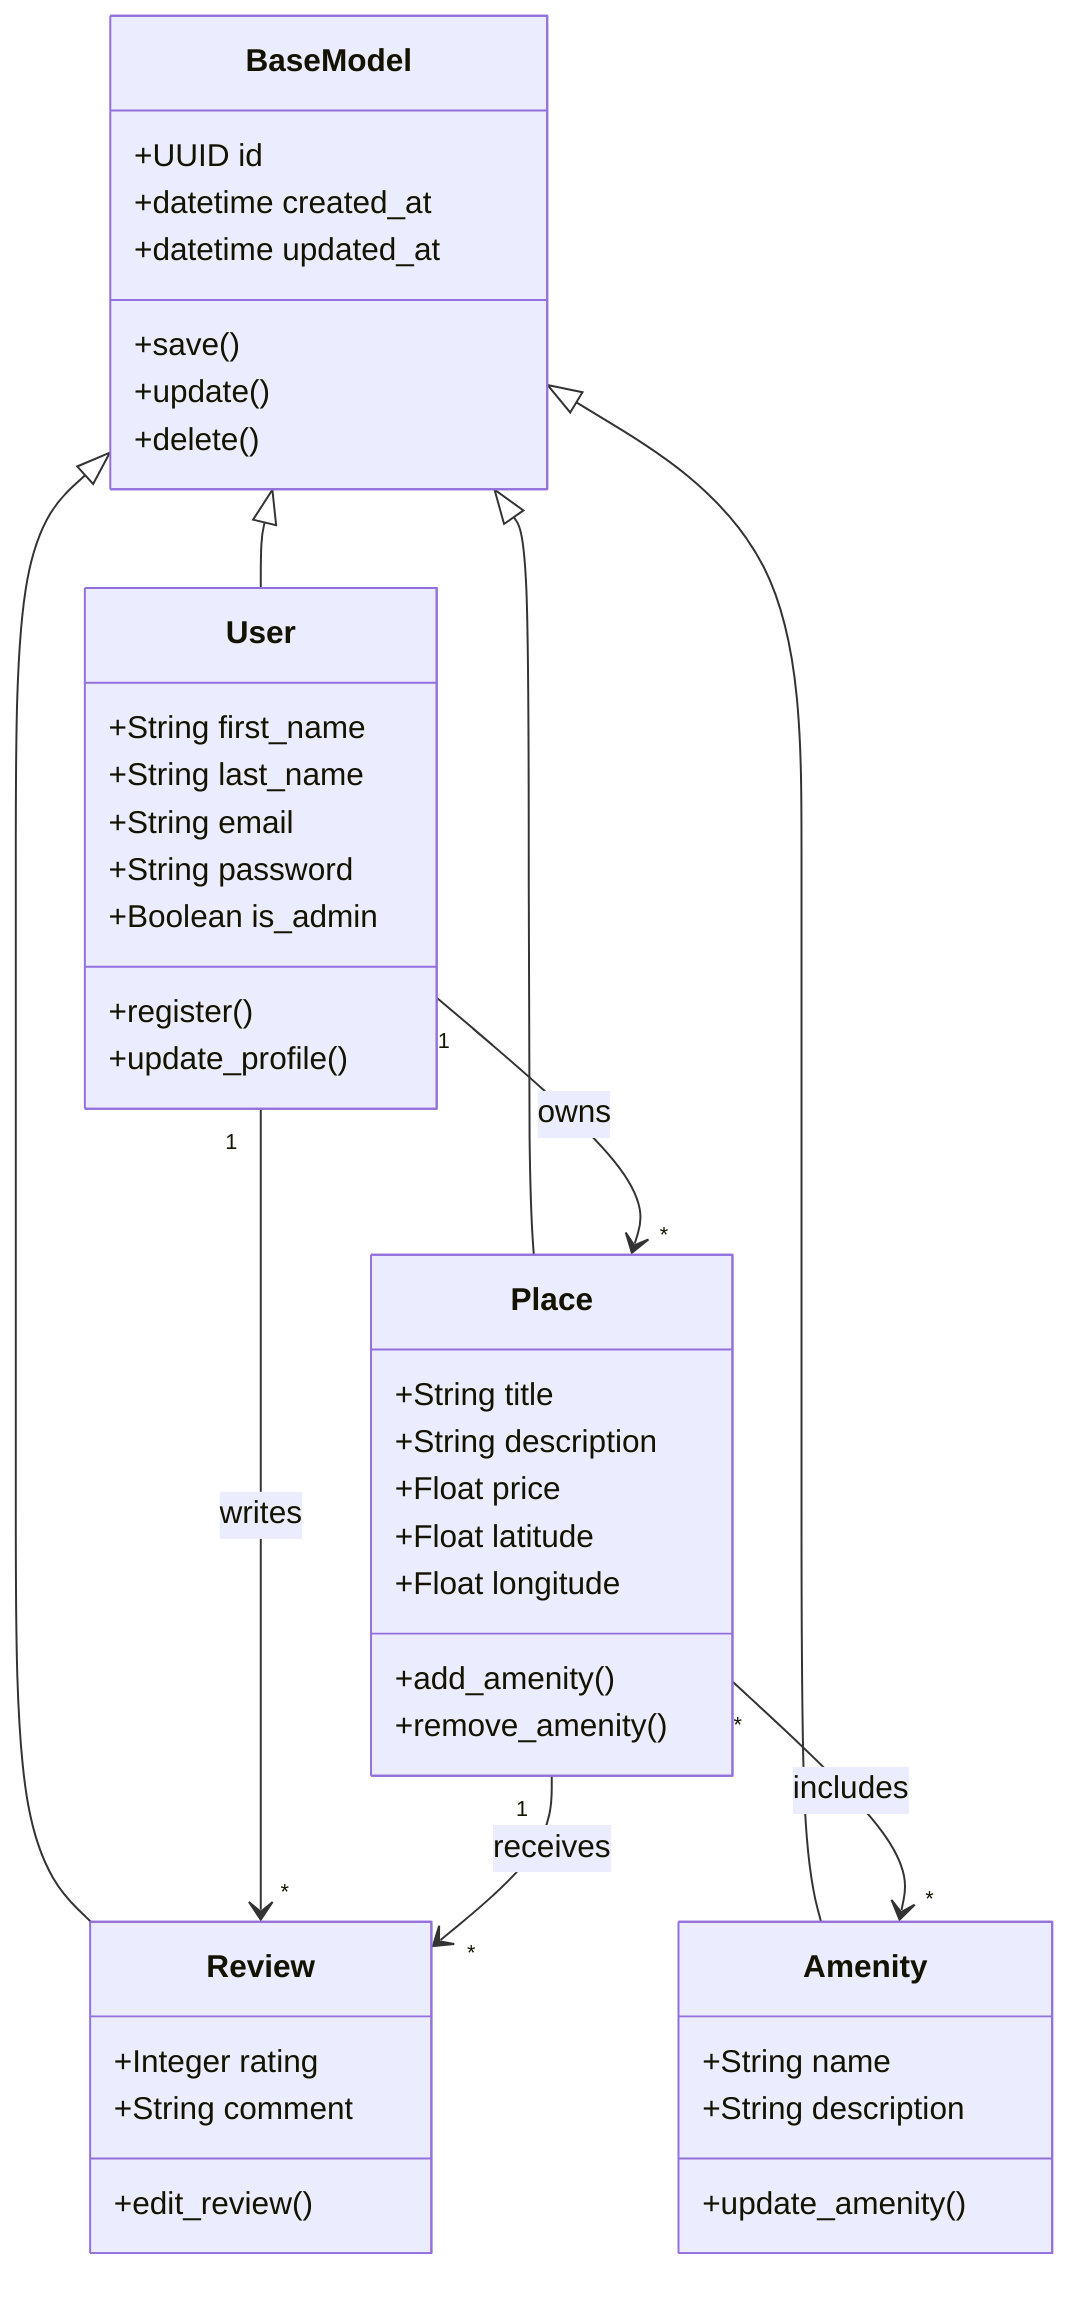
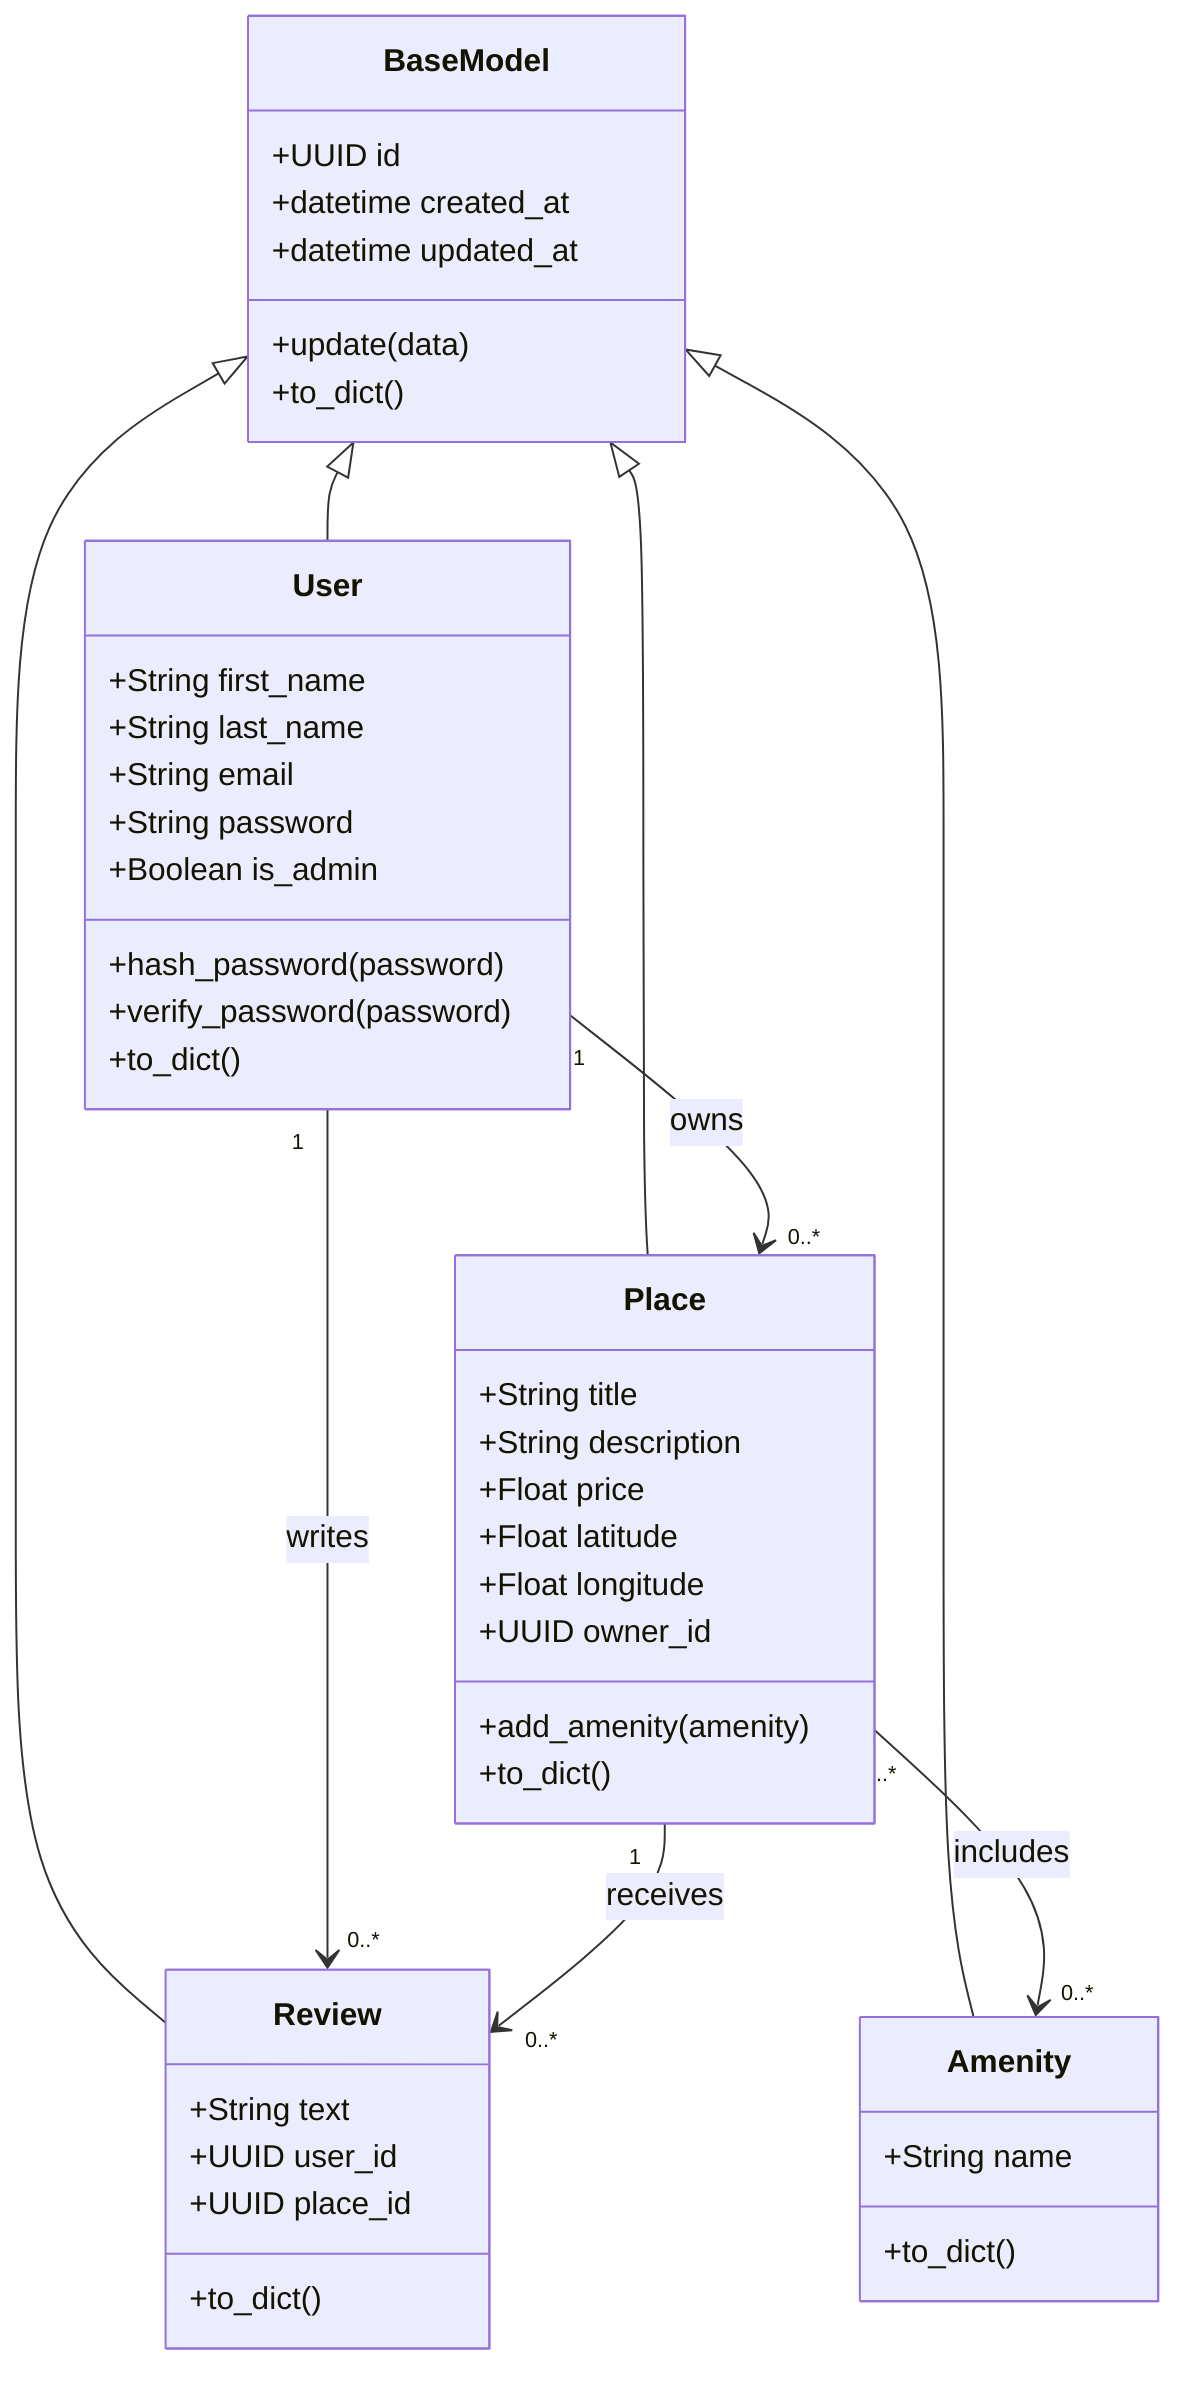
classDiagram
+     class BaseModel {
+         +UUID id
+         +datetime created_at
+         +datetime updated_at
+         +update(data)
+         +to_dict()
+     }

- class BaseModel {
- +UUID id
- +datetime created_at
- +datetime updated_at
+     class User {
+         +String first_name
+         +String last_name
+         +String email
+         +String password
+         +Boolean is_admin
+         +hash_password(password)
+         +verify_password(password)
+         +to_dict()
+     }

- ```
- +save()
- +update()
- +delete()
- ```
+     class Place {
+         +String title
+         +String description
+         +Float price
+         +Float latitude
+         +Float longitude
+         +UUID owner_id
+         +add_amenity(amenity)
+         +to_dict()
+     }

- }
+     class Review {
+         +String text
+         +UUID user_id
+         +UUID place_id
+         +to_dict()
+     }

- class User {
- +String first_name
- +String last_name
- +String email
- +String password
- +Boolean is_admin
+     class Amenity {
+         +String name
+         +to_dict()
+     }

- ```
- +register()
- +update_profile()
- ```
+     BaseModel <|-- User
+     BaseModel <|-- Place
+     BaseModel <|-- Review
+     BaseModel <|-- Amenity

- }
- 
- class Place {
- +String title
- +String description
- +Float price
- +Float latitude
- +Float longitude
- 
- ```
- +add_amenity()
- +remove_amenity()
- ```
- 
- }
- 
- class Review {
- +Integer rating
- +String comment
- 
- ```
- +edit_review()
- ```
- 
- }
- 
- class Amenity {
- +String name
- +String description
- 
- ```
- +update_amenity()
- ```
- 
- }
- 
- BaseModel <|-- User
- BaseModel <|-- Place
- BaseModel <|-- Review
- BaseModel <|-- Amenity
- 
- User "1" --> "*" Place : owns
- 
- User "1" --> "*" Review : writes
- 
- Place "1" --> "*" Review : receives
- 
- Place "*" --> "*" Amenity : includes
- 
+     User "1" --> "0..*" Place : owns
+     User "1" --> "0..*" Review : writes
+     Place "1" --> "0..*" Review : receives
+     Place "0..*" --> "0..*" Amenity : includes
